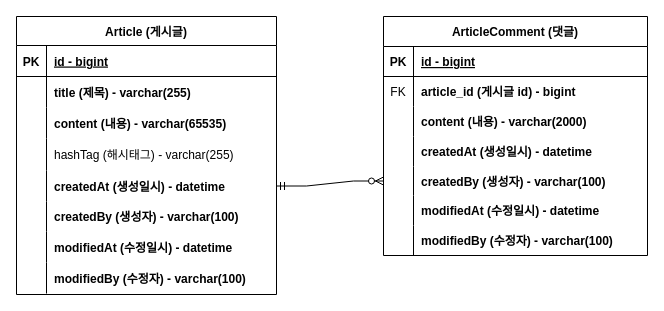
Youngju-Jang/fc-board keeps this draw.io diagram as document/project-board-erd.drawio. Above is the earlier version. Source tidied: cells renumbered, new cells numbered last; positions are measured from the earlier drawing's top-left corner, leaving out a move shared by most shapes. Both pictures are drawn from the tidied source at 100%, with x=0, y=0 at pixel (16, 16).
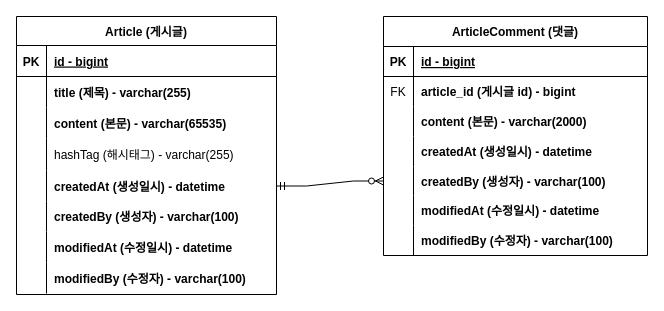
The same diagram, later.

Commit message:
#7 ERD 수정 project-board-erd.drawio 업데이트

Unchanged cells that the change refers to:
```xml
<mxCell id="9" style="shape=partialRectangle;fillColor=none;top=0;left=0;right=0;bottom=0;" parent="2" vertex="1">
  <mxGeometry y="91" width="260" height="31" as="geometry" />
</mxCell>
<mxCell id="34" style="shape=partialRectangle;fillColor=none;top=0;left=0;right=0;bottom=0;" parent="27" vertex="1">
  <mxGeometry y="90" width="264" height="30" as="geometry" />
</mxCell>
```

The edit, as a diff of the source:
```diff
@@
-    <mxCell id="11" value="content (내용) - varchar(65535)" style="shape=partialRectangle;overflow=hidden;fillColor=none;top=0;left=0;bottom=0;right=0;align=left;spacingLeft=6;fontStyle=1;" parent="9" vertex="1">
+    <mxCell id="11" value="content (본문) - varchar(65535)" style="shape=partialRectangle;overflow=hidden;fillColor=none;top=0;left=0;bottom=0;right=0;align=left;spacingLeft=6;fontStyle=1;" parent="9" vertex="1">
       <mxGeometry x="30" width="230" height="31" as="geometry" />
     </mxCell>
@@
-    <mxCell id="36" value="content (내용) - varchar(2000)" style="shape=partialRectangle;overflow=hidden;fillColor=none;top=0;left=0;bottom=0;right=0;align=left;spacingLeft=6;fontStyle=1;" parent="34" vertex="1">
+    <mxCell id="36" value="content (본문) - varchar(2000)" style="shape=partialRectangle;overflow=hidden;fillColor=none;top=0;left=0;bottom=0;right=0;align=left;spacingLeft=6;fontStyle=1;" parent="34" vertex="1">
       <mxGeometry x="30" width="234" height="30" as="geometry" />
     </mxCell>
```
